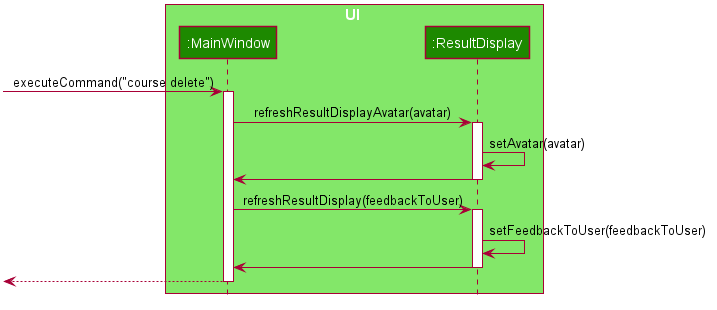
The PlantUML diagram images/developer-guide/ResultDisplayHandleCommand.png in AY1920S2-CS2103T-F09-3/main, before a commit. Source of this version:
```plantuml
@startuml










skinparam BackgroundColor #FFFFFFF

skinparam Shadowing false

skinparam Class {
    FontColor #FFFFFF
    BorderThickness 1
    BorderColor #FFFFFF
    StereotypeFontColor #FFFFFF
    FontName Arial
}

skinparam Actor {
    BorderColor #000000
    Color #000000
    FontName Arial
}

skinparam Sequence {
    MessageAlign center
    BoxFontSize 15
    BoxPadding 0
    BoxFontColor #FFFFFF
    FontName Arial
}

skinparam Participant {
    FontColor #FFFFFFF
    Padding 20
}

skinparam MinClassWidth 50
skinparam ParticipantPadding 10
skinparam Shadowing false
skinparam DefaultTextAlignment center
skinparam packageStyle Rectangle

hide footbox
hide members
hide circle

box UI #83E769
participant ":MainWindow" as MainWindow #1D8900
participant ":ResultDisplay" as ResultDisplay #1D8900
end box

[-> MainWindow : executeCommand("course delete")
activate MainWindow

MainWindow -> ResultDisplay : refreshResultDisplayAvatar(avatar)
activate ResultDisplay

ResultDisplay -> ResultDisplay : setAvatar(avatar)

ResultDisplay -> MainWindow
deactivate

MainWindow -> ResultDisplay : refreshResultDisplay(feedbackToUser)
activate ResultDisplay

ResultDisplay -> ResultDisplay : setFeedbackToUser(feedbackToUser)

ResultDisplay -> MainWindow
deactivate

[<-- MainWindow
deactivate MainWindow
@enduml
```
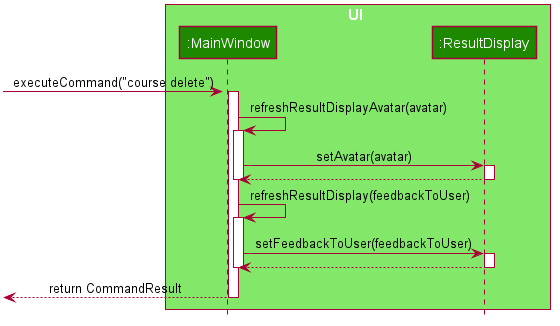
Later version of the same file.

Diff of the diagram source:
```diff
@@ -49,6 +49,7 @@
 hide footbox
 hide members
 hide circle
+autoactivate on
 
 box UI #83E769
 participant ":MainWindow" as MainWindow #1D8900
@@ -58,22 +59,22 @@
 [-> MainWindow : executeCommand("course delete")
 activate MainWindow
 
-MainWindow -> ResultDisplay : refreshResultDisplayAvatar(avatar)
+MainWindow -> MainWindow : refreshResultDisplayAvatar(avatar)
+
+MainWindow -> ResultDisplay : setAvatar(avatar)
 activate ResultDisplay
-
-ResultDisplay -> ResultDisplay : setAvatar(avatar)
-
-ResultDisplay -> MainWindow
+return
+deactivate ResultDisplay
 deactivate
 
-MainWindow -> ResultDisplay : refreshResultDisplay(feedbackToUser)
+MainWindow -> MainWindow : refreshResultDisplay(feedbackToUser)
+
+MainWindow -> ResultDisplay : setFeedbackToUser(feedbackToUser)
 activate ResultDisplay
-
-ResultDisplay -> ResultDisplay : setFeedbackToUser(feedbackToUser)
-
-ResultDisplay -> MainWindow
+return
+deactivate ResultDisplay
 deactivate
 
-[<-- MainWindow
+[<-- MainWindow : return CommandResult
 deactivate MainWindow
 @enduml
```
